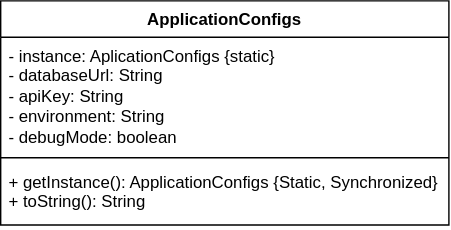
Earlier version of the draw.io export Assets/Singleton.svg (Klopez851/DesignPatternsPractice). Source tidied: cells renumbered, new cells last; positions are measured from the earlier drawing's top-left corner, leaving out a move shared by most shapes.
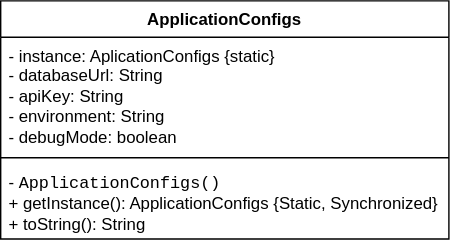
After the change.

The edit, as a diff of the source:
```diff
@@ -3,7 +3,7 @@
     <mxCell id="0" />
     <mxCell id="1" parent="0" />
     <mxCell id="2" value="ApplicationConfigs" style="swimlane;fontStyle=1;align=center;verticalAlign=top;horizontal=1;startSize=26;whiteSpace=wrap;html=1;" parent="1" vertex="1">
-      <mxGeometry width="320" height="160" as="geometry" />
+      <mxGeometry width="320" height="170" as="geometry" />
     </mxCell>
     <mxCell id="3" value="&lt;div&gt;- instance: AplicationConfigs {static}&lt;/div&gt;&lt;div&gt;-&amp;nbsp;databaseUrl: String&lt;/div&gt;&lt;div&gt;- apiKey: String&lt;/div&gt;&lt;div&gt;- environment: String&lt;/div&gt;&lt;div&gt;- debugMode: boolean&lt;/div&gt;" style="text;strokeColor=none;fillColor=none;align=left;verticalAlign=top;spacingLeft=4;spacingRight=4;overflow=hidden;whiteSpace=wrap;html=1;" parent="2" vertex="1">
       <mxGeometry y="26" width="320" height="82" as="geometry" />
@@ -11,8 +11,8 @@
     <mxCell id="4" style="line;strokeWidth=1;fillColor=none;align=left;verticalAlign=middle;spacingTop=-1;spacingLeft=3;spacingRight=3;labelPosition=right;strokeColor=inherit;" parent="2" vertex="1">
       <mxGeometry y="108" width="320" height="8" as="geometry" />
     </mxCell>
-    <mxCell id="5" value="&lt;div&gt;+ getInstance(): ApplicationConfigs {Static, Synchronized}&lt;/div&gt;&lt;div&gt;+ toString(): String&lt;/div&gt;" style="text;strokeColor=none;fillColor=none;align=left;verticalAlign=top;spacingLeft=4;spacingRight=4;overflow=hidden;whiteSpace=wrap;html=1;" parent="2" vertex="1">
-      <mxGeometry y="116" width="320" height="44" as="geometry" />
+    <mxCell id="5" value="&lt;div&gt;-&amp;nbsp;&lt;code class=&quot;x1lliihq x1qlqyl8 xw2csxc x7p5m3t language-text&quot;&gt;ApplicationConfigs()&lt;/code&gt;&lt;/div&gt;&lt;div&gt;+ getInstance(): ApplicationConfigs {Static, Synchronized}&lt;/div&gt;&lt;div&gt;+ toString(): String&lt;/div&gt;" style="text;strokeColor=none;fillColor=none;align=left;verticalAlign=top;spacingLeft=4;spacingRight=4;overflow=hidden;whiteSpace=wrap;html=1;" parent="2" vertex="1">
+      <mxGeometry y="116" width="320" height="54" as="geometry" />
     </mxCell>
   </root>
 </mxGraphModel>
```
